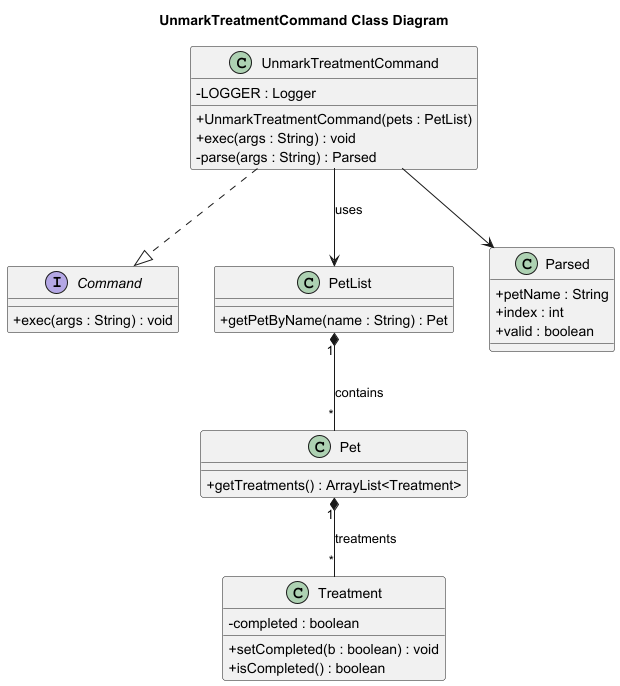
This is docs/diagrams/UnmarkTreatmentCommand_Class_Diagram.png from Kevin88866/tp, a PlantUML export, as it was before one commit.
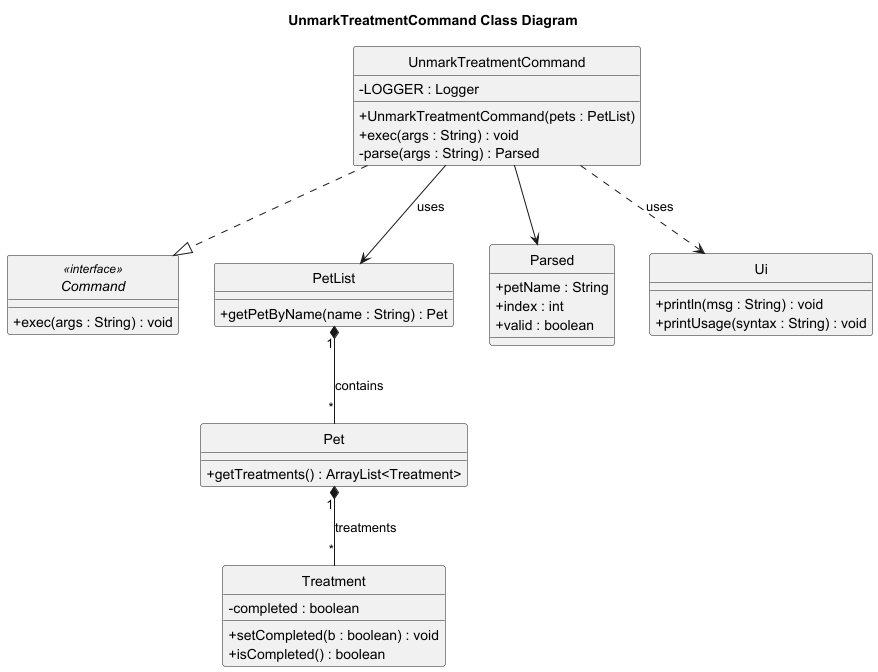
After the commit.

The edit, as a diff of the source:
```diff
@@ -1,8 +1,9 @@
 @startuml
 skinparam classAttributeIconSize 0
 title UnmarkTreatmentCommand Class Diagram
+hide circle
 
-interface Command {
+interface Command <<interface>>{
   +exec(args : String) : void
 }
 
@@ -38,5 +39,9 @@
 PetList "1" *-- "*" Pet : contains
 Pet "1" *-- "*" Treatment : treatments
 UnmarkTreatmentCommand --> Parsed
-
+class Ui {
+  +println(msg : String) : void
+  +printUsage(syntax : String) : void
+}
+UnmarkTreatmentCommand ..> Ui : uses
 @enduml
```
